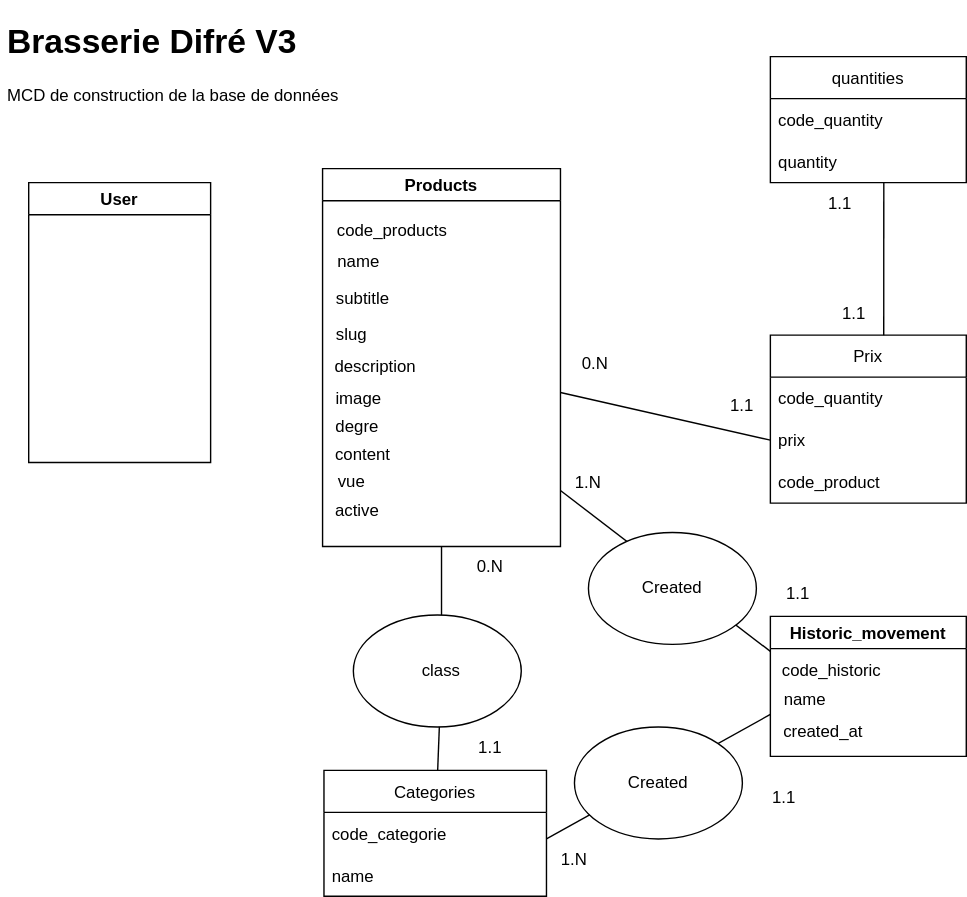
Earlier version of the draw.io export sources/mcd.drawio.svg (maitrecanard/brasseriedifre_v3). Source tidied: cells renumbered, new cells last; positions are measured from the earlier drawing's top-left corner, leaving out a move shared by most shapes.
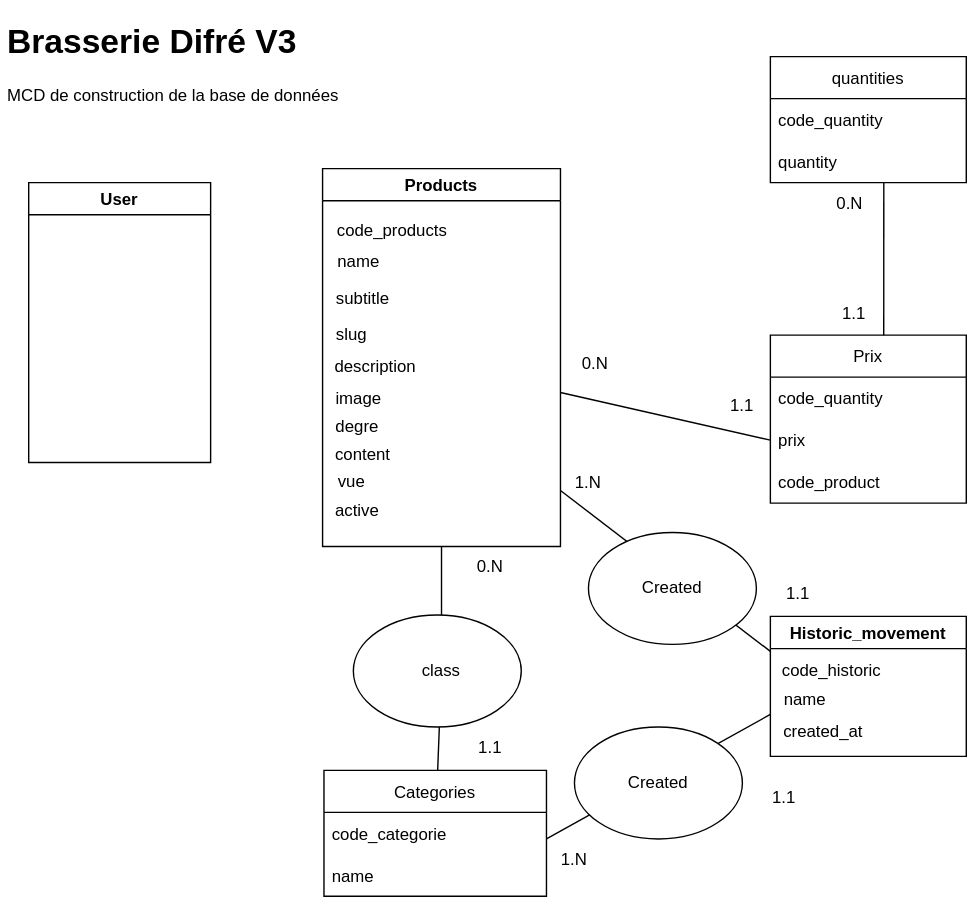
After the change.

Change to the diagram source:
```diff
@@ -106,8 +106,8 @@
     <mxCell id="34" value="1.1" style="text;html=1;strokeColor=none;fillColor=none;align=center;verticalAlign=middle;whiteSpace=wrap;rounded=0;" parent="1" vertex="1">
       <mxGeometry x="500" y="265" width="60" height="30" as="geometry" />
     </mxCell>
-    <mxCell id="35" value="1.1" style="text;html=1;strokeColor=none;fillColor=none;align=center;verticalAlign=middle;whiteSpace=wrap;rounded=0;" parent="1" vertex="1">
-      <mxGeometry x="570" y="120" width="60" height="30" as="geometry" />
+    <mxCell id="35" value="0.N" style="text;html=1;strokeColor=none;fillColor=none;align=center;verticalAlign=middle;whiteSpace=wrap;rounded=0;" parent="1" vertex="1">
+      <mxGeometry x="577" y="120" width="60" height="30" as="geometry" />
     </mxCell>
     <mxCell id="36" value="1.1" style="text;html=1;strokeColor=none;fillColor=none;align=center;verticalAlign=middle;whiteSpace=wrap;rounded=0;" parent="1" vertex="1">
       <mxGeometry x="580" y="199" width="60" height="30" as="geometry" />
```
